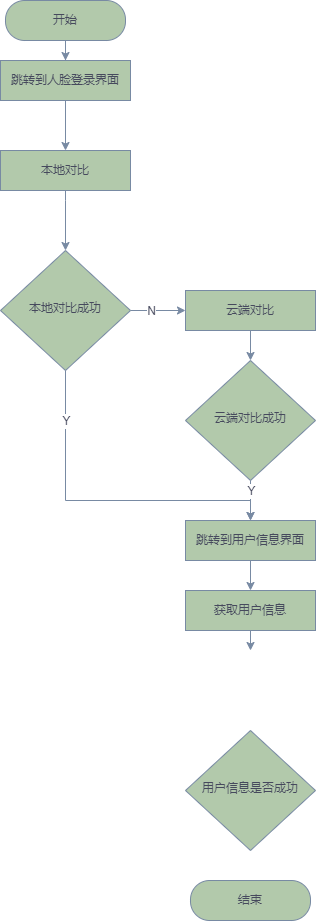
notigit/Image keeps this draw.io diagram as x9hp/人脸登录流程图.png. Above is the earlier version. Source tidied: cells renumbered, new cells last; positions are measured from the earlier drawing's top-left corner, leaving out a move shared by most shapes. Source of this version:
```xml
<mxGraphModel>
  <root>
    <mxCell id="0" />
    <mxCell id="1" parent="0" />
    <mxCell id="2" style="edgeStyle=orthogonalEdgeStyle;rounded=0;jettySize=auto;html=1;entryX=0.5;entryY=0;entryDx=0;entryDy=0;fontColor=#46495D;startArrow=none;startFill=0;endArrow=classic;endFill=1;strokeColor=#788AA3;fillColor=#B2C9AB;exitX=0.5;exitY=1;exitDx=0;exitDy=0;" parent="1" edge="1" source="21" target="10">
      <mxGeometry relative="1" as="geometry" />
    </mxCell>
    <mxCell id="3" style="edgeStyle=orthogonalEdgeStyle;rounded=0;jettySize=auto;html=1;entryX=0.5;entryY=0;entryDx=0;entryDy=0;fontColor=#46495D;startArrow=none;startFill=0;endArrow=classic;endFill=1;strokeColor=#788AA3;fillColor=#B2C9AB;" parent="1" edge="1" source="4" target="21">
      <mxGeometry relative="1" as="geometry" />
    </mxCell>
    <mxCell id="4" value="开始" style="rounded=1;whiteSpace=wrap;html=1;fontSize=12;glass=0;strokeWidth=1;shadow=0;absoluteArcSize=0;arcSize=48;fillColor=#B2C9AB;strokeColor=#788AA3;fontColor=#46495D;" parent="1" vertex="1">
      <mxGeometry x="5" width="120" height="40" as="geometry" />
    </mxCell>
    <mxCell id="5" style="edgeStyle=orthogonalEdgeStyle;rounded=0;jettySize=auto;html=1;entryX=0;entryY=0.5;entryDx=0;entryDy=0;strokeColor=#788AA3;fontColor=#46495D;" parent="1" edge="1" source="7" target="12">
      <mxGeometry relative="1" as="geometry">
        <Array as="points">
          <mxPoint x="155" y="310" />
          <mxPoint x="155" y="310" />
        </Array>
      </mxGeometry>
    </mxCell>
    <mxCell id="6" value="N" style="edgeLabel;html=1;align=center;verticalAlign=middle;fontColor=#46495D;" parent="5" vertex="1">
      <mxGeometry x="-0.3" relative="1" as="geometry" />
    </mxCell>
    <mxCell id="7" value="本地对比成功" style="rhombus;whiteSpace=wrap;html=1;shadow=0;fontFamily=Helvetica;fontSize=12;align=center;strokeWidth=1;spacing=6;spacingTop=-4;fillColor=#B2C9AB;strokeColor=#788AA3;fontColor=#46495D;rounded=0;" parent="1" vertex="1">
      <mxGeometry y="250" width="130" height="120" as="geometry" />
    </mxCell>
    <mxCell id="8" value="结束" style="rounded=1;whiteSpace=wrap;html=1;fontSize=12;glass=0;strokeWidth=1;shadow=0;fillColor=#B2C9AB;strokeColor=#788AA3;fontColor=#46495D;arcSize=48;" parent="1" vertex="1">
      <mxGeometry x="190" y="880" width="120" height="40" as="geometry" />
    </mxCell>
    <mxCell id="9" style="edgeStyle=orthogonalEdgeStyle;rounded=0;jettySize=auto;html=1;entryX=0.5;entryY=0;entryDx=0;entryDy=0;fontColor=#46495D;startArrow=none;startFill=0;endArrow=classic;endFill=1;strokeColor=#788AA3;fillColor=#B2C9AB;exitX=0.5;exitY=1;exitDx=0;exitDy=0;" parent="1" edge="1" source="10" target="7">
      <mxGeometry relative="1" as="geometry">
        <Array as="points">
          <mxPoint x="65" y="200" />
          <mxPoint x="65" y="200" />
        </Array>
      </mxGeometry>
    </mxCell>
    <mxCell id="10" value="本地对比" style="rounded=0;whiteSpace=wrap;html=1;fontSize=12;glass=0;strokeWidth=1;shadow=0;fillColor=#B2C9AB;strokeColor=#788AA3;fontColor=#46495D;arcSize=0;" parent="1" vertex="1">
      <mxGeometry y="150" width="130" height="40" as="geometry" />
    </mxCell>
    <mxCell id="11" style="edgeStyle=orthogonalEdgeStyle;rounded=0;jettySize=auto;html=1;fontColor=#46495D;startArrow=none;startFill=0;endArrow=classic;endFill=1;strokeColor=#788AA3;fillColor=#B2C9AB;entryX=0.5;entryY=0;entryDx=0;entryDy=0;exitX=0.5;exitY=1;exitDx=0;exitDy=0;" parent="1" edge="1" source="12" target="13">
      <mxGeometry relative="1" as="geometry" />
    </mxCell>
    <mxCell id="12" value="云端对比" style="rounded=0;whiteSpace=wrap;html=1;fontSize=12;glass=0;strokeWidth=1;shadow=0;fillColor=#B2C9AB;strokeColor=#788AA3;fontColor=#46495D;arcSize=0;" parent="1" vertex="1">
      <mxGeometry x="185" y="290" width="130" height="40" as="geometry" />
    </mxCell>
    <mxCell id="13" value="云端对比成功" style="rhombus;whiteSpace=wrap;html=1;shadow=0;fontFamily=Helvetica;fontSize=12;align=center;strokeWidth=1;spacing=6;spacingTop=-4;fillColor=#B2C9AB;strokeColor=#788AA3;fontColor=#46495D;rounded=0;" parent="1" vertex="1">
      <mxGeometry x="185" y="360" width="130" height="120" as="geometry" />
    </mxCell>
    <mxCell id="14" style="endArrow=classic;html=1;rounded=0;fontColor=#46495D;strokeColor=#788AA3;fillColor=#B2C9AB;exitX=0.5;exitY=1;exitDx=0;exitDy=0;entryX=0.5;entryY=0;entryDx=0;entryDy=0;edgeStyle=orthogonalEdgeStyle;" parent="1" edge="1" source="7" target="23">
      <mxGeometry relative="1" as="geometry">
        <Array as="points">
          <mxPoint x="65" y="500" />
          <mxPoint x="250" y="500" />
        </Array>
      </mxGeometry>
    </mxCell>
    <mxCell id="15" value="Y" style="edgeLabel;html=1;align=center;verticalAlign=middle;rounded=1;fontColor=#46495D;strokeColor=#788AA3;fillColor=#B2C9AB;" parent="14" vertex="1">
      <mxGeometry relative="1" as="geometry">
        <mxPoint x="-38" y="-80" as="offset" />
      </mxGeometry>
    </mxCell>
    <mxCell id="16" style="endArrow=classic;html=1;rounded=0;fontColor=#46495D;strokeColor=#788AA3;fillColor=#B2C9AB;exitX=0.5;exitY=1;exitDx=0;exitDy=0;entryX=0.5;entryY=0;entryDx=0;entryDy=0;" parent="1" edge="1" source="13" target="23">
      <mxGeometry relative="1" as="geometry" />
    </mxCell>
    <mxCell id="17" value="Y" style="edgeLabel;html=1;align=center;verticalAlign=middle;rounded=1;fontColor=#46495D;strokeColor=#788AA3;fillColor=#B2C9AB;" parent="16" vertex="1">
      <mxGeometry relative="1" as="geometry">
        <mxPoint y="-10" as="offset" />
      </mxGeometry>
    </mxCell>
    <mxCell id="18" style="edgeStyle=orthogonalEdgeStyle;rounded=0;jettySize=auto;html=1;exitX=0.5;exitY=1;exitDx=0;exitDy=0;entryX=0.5;entryY=0;entryDx=0;entryDy=0;fontColor=#46495D;startArrow=none;startFill=0;endArrow=classic;endFill=1;strokeColor=#788AA3;fillColor=#B2C9AB;" parent="1" edge="1" source="19">
      <mxGeometry relative="1" as="geometry">
        <mxPoint x="250" y="650" as="targetPoint" />
      </mxGeometry>
    </mxCell>
    <mxCell id="19" value="获取用户信息" style="rounded=0;whiteSpace=wrap;html=1;fontSize=12;glass=0;strokeWidth=1;shadow=0;fillColor=#B2C9AB;strokeColor=#788AA3;fontColor=#46495D;arcSize=0;" parent="1" vertex="1">
      <mxGeometry x="185" y="590" width="130" height="40" as="geometry" />
    </mxCell>
    <mxCell id="20" value="用户信息是否成功" style="rhombus;whiteSpace=wrap;html=1;shadow=0;fontFamily=Helvetica;fontSize=12;align=center;strokeWidth=1;spacing=6;spacingTop=-4;fillColor=#B2C9AB;strokeColor=#788AA3;fontColor=#46495D;rounded=0;" parent="1" vertex="1">
      <mxGeometry x="185" y="730" width="130" height="120" as="geometry" />
    </mxCell>
    <mxCell id="21" value="跳转到人脸登录界面" style="rounded=0;whiteSpace=wrap;html=1;fontSize=12;glass=0;strokeWidth=1;shadow=0;fillColor=#B2C9AB;strokeColor=#788AA3;fontColor=#46495D;arcSize=0;" parent="1" vertex="1">
      <mxGeometry y="60" width="130" height="40" as="geometry" />
    </mxCell>
    <mxCell id="22" style="edgeStyle=orthogonalEdgeStyle;rounded=0;jettySize=auto;html=1;entryX=0.5;entryY=0;entryDx=0;entryDy=0;fontColor=#46495D;startArrow=none;startFill=0;endArrow=classic;endFill=1;strokeColor=#788AA3;fillColor=#B2C9AB;" parent="1" edge="1" source="23" target="19">
      <mxGeometry relative="1" as="geometry" />
    </mxCell>
    <mxCell id="23" value="跳转到用户信息界面" style="rounded=0;whiteSpace=wrap;html=1;fontSize=12;glass=0;strokeWidth=1;shadow=0;fillColor=#B2C9AB;strokeColor=#788AA3;fontColor=#46495D;arcSize=0;" parent="1" vertex="1">
      <mxGeometry x="185" y="520" width="130" height="40" as="geometry" />
    </mxCell>
  </root>
</mxGraphModel>
```
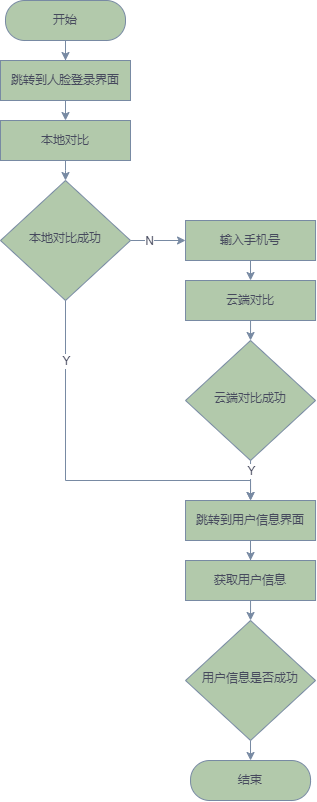
After the change.

Commit message:
更新人脸登录流程图.png

What changed in the source:
```diff
@@ -11,54 +11,49 @@
     <mxCell id="4" value="开始" style="rounded=1;whiteSpace=wrap;html=1;fontSize=12;glass=0;strokeWidth=1;shadow=0;absoluteArcSize=0;arcSize=48;fillColor=#B2C9AB;strokeColor=#788AA3;fontColor=#46495D;" parent="1" vertex="1">
       <mxGeometry x="5" width="120" height="40" as="geometry" />
     </mxCell>
-    <mxCell id="5" style="edgeStyle=orthogonalEdgeStyle;rounded=0;jettySize=auto;html=1;entryX=0;entryY=0.5;entryDx=0;entryDy=0;strokeColor=#788AA3;fontColor=#46495D;" parent="1" edge="1" source="7" target="12">
-      <mxGeometry relative="1" as="geometry">
-        <Array as="points">
-          <mxPoint x="155" y="310" />
-          <mxPoint x="155" y="310" />
-        </Array>
-      </mxGeometry>
+    <mxCell id="5" style="edgeStyle=orthogonalEdgeStyle;rounded=0;jettySize=auto;html=1;entryX=0;entryY=0.5;entryDx=0;entryDy=0;strokeColor=#788AA3;fontColor=#46495D;exitX=1;exitY=0.5;exitDx=0;exitDy=0;" parent="1" edge="1" source="7" target="27">
+      <mxGeometry relative="1" as="geometry" />
     </mxCell>
     <mxCell id="6" value="N" style="edgeLabel;html=1;align=center;verticalAlign=middle;fontColor=#46495D;" parent="5" vertex="1">
       <mxGeometry x="-0.3" relative="1" as="geometry" />
     </mxCell>
     <mxCell id="7" value="本地对比成功" style="rhombus;whiteSpace=wrap;html=1;shadow=0;fontFamily=Helvetica;fontSize=12;align=center;strokeWidth=1;spacing=6;spacingTop=-4;fillColor=#B2C9AB;strokeColor=#788AA3;fontColor=#46495D;rounded=0;" parent="1" vertex="1">
-      <mxGeometry y="250" width="130" height="120" as="geometry" />
+      <mxGeometry y="180" width="130" height="120" as="geometry" />
     </mxCell>
     <mxCell id="8" value="结束" style="rounded=1;whiteSpace=wrap;html=1;fontSize=12;glass=0;strokeWidth=1;shadow=0;fillColor=#B2C9AB;strokeColor=#788AA3;fontColor=#46495D;arcSize=48;" parent="1" vertex="1">
-      <mxGeometry x="190" y="880" width="120" height="40" as="geometry" />
+      <mxGeometry x="190" y="760" width="120" height="40" as="geometry" />
     </mxCell>
     <mxCell id="9" style="edgeStyle=orthogonalEdgeStyle;rounded=0;jettySize=auto;html=1;entryX=0.5;entryY=0;entryDx=0;entryDy=0;fontColor=#46495D;startArrow=none;startFill=0;endArrow=classic;endFill=1;strokeColor=#788AA3;fillColor=#B2C9AB;exitX=0.5;exitY=1;exitDx=0;exitDy=0;" parent="1" edge="1" source="10" target="7">
       <mxGeometry relative="1" as="geometry">
         <Array as="points">
-          <mxPoint x="65" y="200" />
-          <mxPoint x="65" y="200" />
+          <mxPoint x="65" y="170" />
+          <mxPoint x="65" y="170" />
         </Array>
       </mxGeometry>
     </mxCell>
     <mxCell id="10" value="本地对比" style="rounded=0;whiteSpace=wrap;html=1;fontSize=12;glass=0;strokeWidth=1;shadow=0;fillColor=#B2C9AB;strokeColor=#788AA3;fontColor=#46495D;arcSize=0;" parent="1" vertex="1">
-      <mxGeometry y="150" width="130" height="40" as="geometry" />
+      <mxGeometry y="120" width="130" height="40" as="geometry" />
     </mxCell>
     <mxCell id="11" style="edgeStyle=orthogonalEdgeStyle;rounded=0;jettySize=auto;html=1;fontColor=#46495D;startArrow=none;startFill=0;endArrow=classic;endFill=1;strokeColor=#788AA3;fillColor=#B2C9AB;entryX=0.5;entryY=0;entryDx=0;entryDy=0;exitX=0.5;exitY=1;exitDx=0;exitDy=0;" parent="1" edge="1" source="12" target="13">
       <mxGeometry relative="1" as="geometry" />
     </mxCell>
     <mxCell id="12" value="云端对比" style="rounded=0;whiteSpace=wrap;html=1;fontSize=12;glass=0;strokeWidth=1;shadow=0;fillColor=#B2C9AB;strokeColor=#788AA3;fontColor=#46495D;arcSize=0;" parent="1" vertex="1">
-      <mxGeometry x="185" y="290" width="130" height="40" as="geometry" />
+      <mxGeometry x="185" y="280" width="130" height="40" as="geometry" />
     </mxCell>
     <mxCell id="13" value="云端对比成功" style="rhombus;whiteSpace=wrap;html=1;shadow=0;fontFamily=Helvetica;fontSize=12;align=center;strokeWidth=1;spacing=6;spacingTop=-4;fillColor=#B2C9AB;strokeColor=#788AA3;fontColor=#46495D;rounded=0;" parent="1" vertex="1">
-      <mxGeometry x="185" y="360" width="130" height="120" as="geometry" />
+      <mxGeometry x="185" y="340" width="130" height="120" as="geometry" />
     </mxCell>
     <mxCell id="14" style="endArrow=classic;html=1;rounded=0;fontColor=#46495D;strokeColor=#788AA3;fillColor=#B2C9AB;exitX=0.5;exitY=1;exitDx=0;exitDy=0;entryX=0.5;entryY=0;entryDx=0;entryDy=0;edgeStyle=orthogonalEdgeStyle;" parent="1" edge="1" source="7" target="23">
       <mxGeometry relative="1" as="geometry">
         <Array as="points">
-          <mxPoint x="65" y="500" />
-          <mxPoint x="250" y="500" />
+          <mxPoint x="65" y="480" />
+          <mxPoint x="250" y="480" />
         </Array>
       </mxGeometry>
     </mxCell>
     <mxCell id="15" value="Y" style="edgeLabel;html=1;align=center;verticalAlign=middle;rounded=1;fontColor=#46495D;strokeColor=#788AA3;fillColor=#B2C9AB;" parent="14" vertex="1">
       <mxGeometry relative="1" as="geometry">
-        <mxPoint x="-38" y="-80" as="offset" />
+        <mxPoint x="-13" y="-120" as="offset" />
       </mxGeometry>
     </mxCell>
     <mxCell id="16" style="endArrow=classic;html=1;rounded=0;fontColor=#46495D;strokeColor=#788AA3;fillColor=#B2C9AB;exitX=0.5;exitY=1;exitDx=0;exitDy=0;entryX=0.5;entryY=0;entryDx=0;entryDy=0;" parent="1" edge="1" source="13" target="23">
@@ -69,16 +64,17 @@
         <mxPoint y="-10" as="offset" />
       </mxGeometry>
     </mxCell>
-    <mxCell id="18" style="edgeStyle=orthogonalEdgeStyle;rounded=0;jettySize=auto;html=1;exitX=0.5;exitY=1;exitDx=0;exitDy=0;entryX=0.5;entryY=0;entryDx=0;entryDy=0;fontColor=#46495D;startArrow=none;startFill=0;endArrow=classic;endFill=1;strokeColor=#788AA3;fillColor=#B2C9AB;" parent="1" edge="1" source="19">
-      <mxGeometry relative="1" as="geometry">
-        <mxPoint x="250" y="650" as="targetPoint" />
-      </mxGeometry>
-    </mxCell>
+    <mxCell id="24" style="edgeStyle=orthogonalEdgeStyle;rounded=1;sketch=0;jettySize=auto;html=1;exitX=0.5;exitY=1;exitDx=0;exitDy=0;entryX=0.5;entryY=0;entryDx=0;entryDy=0;fontColor=#46495D;strokeColor=#788AA3;fillColor=#B2C9AB;" parent="1" edge="1" source="19" target="20">
+      <mxGeometry relative="1" as="geometry" />
+    </mxCell>
     <mxCell id="19" value="获取用户信息" style="rounded=0;whiteSpace=wrap;html=1;fontSize=12;glass=0;strokeWidth=1;shadow=0;fillColor=#B2C9AB;strokeColor=#788AA3;fontColor=#46495D;arcSize=0;" parent="1" vertex="1">
-      <mxGeometry x="185" y="590" width="130" height="40" as="geometry" />
+      <mxGeometry x="185" y="560" width="130" height="40" as="geometry" />
     </mxCell>
+    <mxCell id="25" style="edgeStyle=orthogonalEdgeStyle;rounded=1;sketch=0;jettySize=auto;html=1;entryX=0.5;entryY=0;entryDx=0;entryDy=0;fontColor=#46495D;strokeColor=#788AA3;fillColor=#B2C9AB;" parent="1" edge="1" source="20" target="8">
+      <mxGeometry relative="1" as="geometry" />
+    </mxCell>
     <mxCell id="20" value="用户信息是否成功" style="rhombus;whiteSpace=wrap;html=1;shadow=0;fontFamily=Helvetica;fontSize=12;align=center;strokeWidth=1;spacing=6;spacingTop=-4;fillColor=#B2C9AB;strokeColor=#788AA3;fontColor=#46495D;rounded=0;" parent="1" vertex="1">
-      <mxGeometry x="185" y="730" width="130" height="120" as="geometry" />
+      <mxGeometry x="185" y="620" width="130" height="120" as="geometry" />
     </mxCell>
     <mxCell id="21" value="跳转到人脸登录界面" style="rounded=0;whiteSpace=wrap;html=1;fontSize=12;glass=0;strokeWidth=1;shadow=0;fillColor=#B2C9AB;strokeColor=#788AA3;fontColor=#46495D;arcSize=0;" parent="1" vertex="1">
       <mxGeometry y="60" width="130" height="40" as="geometry" />
@@ -87,7 +83,13 @@
       <mxGeometry relative="1" as="geometry" />
     </mxCell>
     <mxCell id="23" value="跳转到用户信息界面" style="rounded=0;whiteSpace=wrap;html=1;fontSize=12;glass=0;strokeWidth=1;shadow=0;fillColor=#B2C9AB;strokeColor=#788AA3;fontColor=#46495D;arcSize=0;" parent="1" vertex="1">
-      <mxGeometry x="185" y="520" width="130" height="40" as="geometry" />
+      <mxGeometry x="185" y="500" width="130" height="40" as="geometry" />
     </mxCell>
+    <mxCell id="26" style="edgeStyle=orthogonalEdgeStyle;rounded=1;sketch=0;jettySize=auto;html=1;entryX=0.5;entryY=0;entryDx=0;entryDy=0;fontColor=#46495D;strokeColor=#788AA3;fillColor=#B2C9AB;" parent="1" edge="1" source="27" target="12">
+      <mxGeometry relative="1" as="geometry" />
+    </mxCell>
+    <mxCell id="27" value="输入手机号" style="rounded=0;whiteSpace=wrap;html=1;fontSize=12;glass=0;strokeWidth=1;shadow=0;fillColor=#B2C9AB;strokeColor=#788AA3;fontColor=#46495D;arcSize=0;" parent="1" vertex="1">
+      <mxGeometry x="185" y="220" width="130" height="40" as="geometry" />
+    </mxCell>
   </root>
 </mxGraphModel>
```
